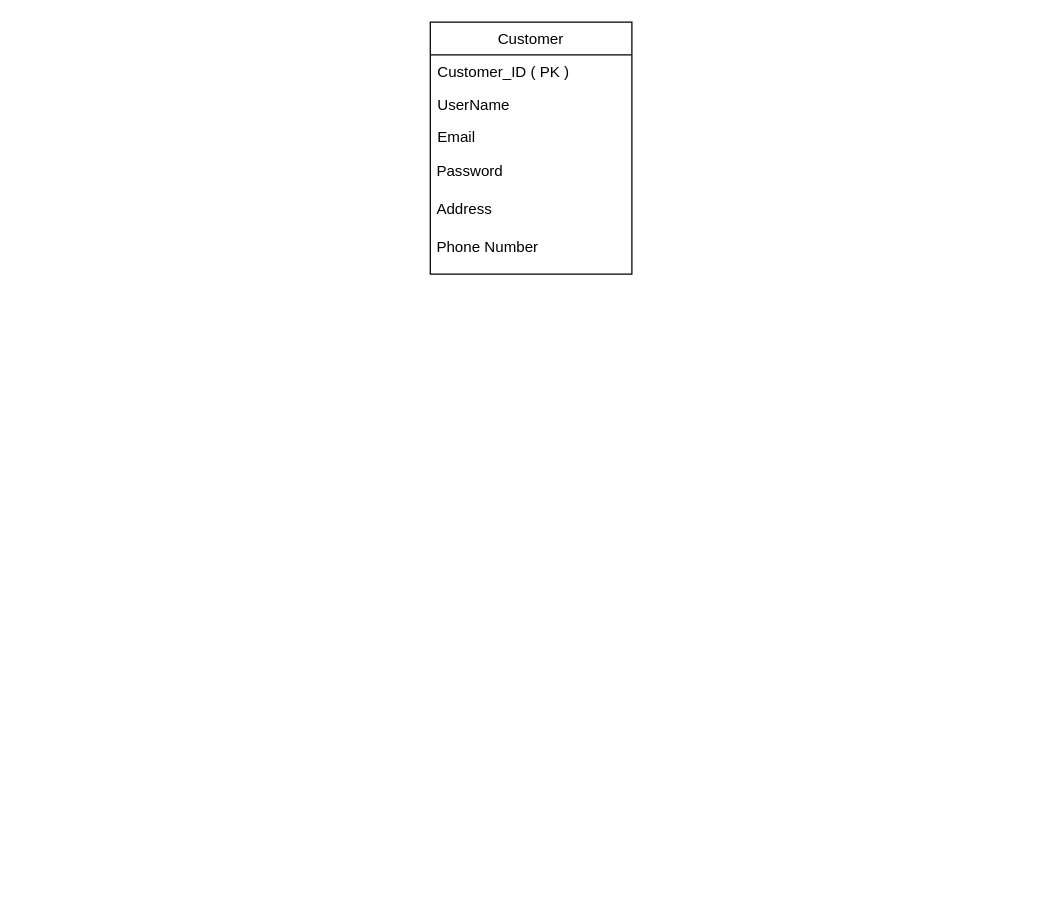
Earlier version of the draw.io diagram Untitled Diagram.drawio (GodzillaAllen/wladoingflutterthings). Source tidied: cells renumbered, new cells numbered last; positions are measured from the earlier drawing's top-left corner, leaving out a move shared by most shapes. Both pictures are drawn from the tidied source at 126%, with x=0, y=0 at pixel (430, 21).
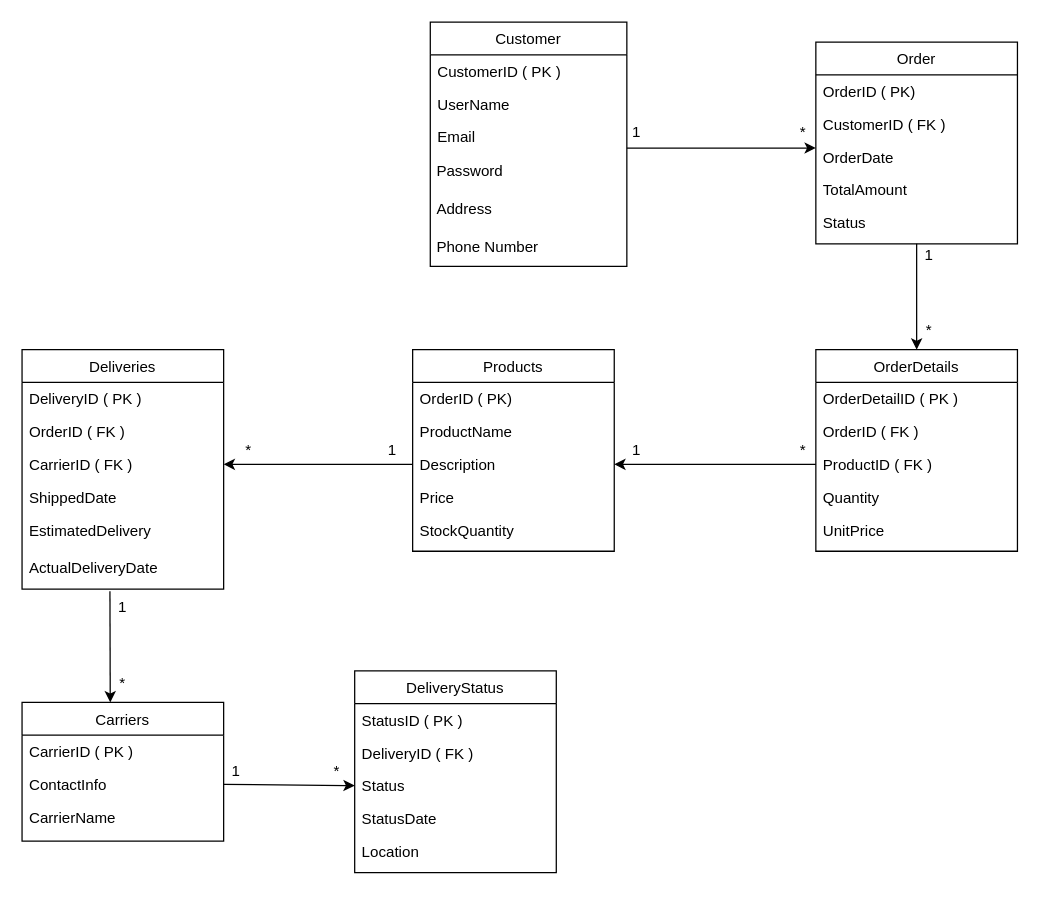
The same page after the edit.

Diff of the diagram source:
```diff
@@
     <mxCell id="2" value="Customer" style="swimlane;fontStyle=0;align=center;verticalAlign=top;horizontal=1;startSize=26;rounded=0;shadow=0;strokeWidth=1;" parent="1" vertex="1">
-      <mxGeometry width="160" height="200" as="geometry" />
+      <mxGeometry width="156" height="194" as="geometry" />
     </mxCell>
-    <mxCell id="3" value="Customer_ID ( PK )" style="text;align=left;verticalAlign=top;spacingLeft=4;spacingRight=4;overflow=hidden;rounded=0;shadow=0;html=0;" parent="2" vertex="1">
-      <mxGeometry y="26" width="160" height="26" as="geometry" />
+    <mxCell id="3" value="CustomerID ( PK )" style="text;align=left;verticalAlign=top;spacingLeft=4;spacingRight=4;overflow=hidden;rounded=0;shadow=0;html=0;" parent="2" vertex="1">
+      <mxGeometry y="26" width="156" height="26" as="geometry" />
     </mxCell>
     <mxCell id="4" value="UserName" style="text;align=left;verticalAlign=top;spacingLeft=4;spacingRight=4;overflow=hidden;rounded=0;shadow=0;html=0;" parent="2" vertex="1">
-      <mxGeometry y="52" width="160" height="26" as="geometry" />
+      <mxGeometry y="52" width="156" height="26" as="geometry" />
     </mxCell>
     <mxCell id="5" value="Email" style="text;align=left;verticalAlign=top;spacingLeft=4;spacingRight=4;overflow=hidden;rounded=0;shadow=0;html=0;" parent="2" vertex="1">
-      <mxGeometry y="78" width="160" height="26" as="geometry" />
+      <mxGeometry y="78" width="156" height="26" as="geometry" />
     </mxCell>
     <mxCell id="6" value="&amp;nbsp;Password" style="text;html=1;align=left;verticalAlign=middle;whiteSpace=wrap;rounded=0;fontFamily=Helvetica;fontSize=12;fontColor=default;fontStyle=0;" parent="2" vertex="1">
-      <mxGeometry y="104" width="160" height="30" as="geometry" />
+      <mxGeometry y="104" width="156" height="30" as="geometry" />
     </mxCell>
     <mxCell id="7" value="&amp;nbsp;Address" style="text;html=1;align=left;verticalAlign=middle;whiteSpace=wrap;rounded=0;" parent="2" vertex="1">
-      <mxGeometry y="134" width="160" height="30" as="geometry" />
+      <mxGeometry y="134" width="156" height="30" as="geometry" />
     </mxCell>
     <mxCell id="8" value="&amp;nbsp;Phone Number" style="text;html=1;align=left;verticalAlign=middle;whiteSpace=wrap;rounded=0;" parent="2" vertex="1">
-      <mxGeometry y="164" width="160" height="30" as="geometry" />
+      <mxGeometry y="164" width="156" height="30" as="geometry" />
     </mxCell>
+    <mxCell id="9" style="edgeStyle=orthogonalEdgeStyle;rounded=0;jettySize=auto;html=1;exitX=0.5;exitY=1;exitDx=0;exitDy=0;entryX=0.5;entryY=1;entryDx=0;entryDy=0;fontFamily=Helvetica;fontSize=12;fontColor=default;fontStyle=0;" parent="2" edge="1" source="2" target="8">
+      <mxGeometry relative="1" as="geometry" />
+    </mxCell>
+    <mxCell id="10" value="Order" style="swimlane;fontStyle=0;align=center;verticalAlign=top;horizontal=1;startSize=26;rounded=0;shadow=0;strokeWidth=1;" parent="1" vertex="1">
+      <mxGeometry x="306" y="16" width="160" height="160" as="geometry" />
+    </mxCell>
+    <mxCell id="11" value="OrderID ( PK)" style="text;align=left;verticalAlign=top;spacingLeft=4;spacingRight=4;overflow=hidden;rounded=0;shadow=0;html=0;" parent="10" vertex="1">
+      <mxGeometry y="26" width="160" height="26" as="geometry" />
+    </mxCell>
+    <mxCell id="12" value="CustomerID ( FK )" style="text;align=left;verticalAlign=top;spacingLeft=4;spacingRight=4;overflow=hidden;rounded=0;shadow=0;html=0;" parent="10" vertex="1">
+      <mxGeometry y="52" width="160" height="26" as="geometry" />
+    </mxCell>
+    <mxCell id="13" value="OrderDate" style="text;align=left;verticalAlign=top;spacingLeft=4;spacingRight=4;overflow=hidden;rounded=0;shadow=0;html=0;" parent="10" vertex="1">
+      <mxGeometry y="78" width="160" height="26" as="geometry" />
+    </mxCell>
+    <mxCell id="14" value="TotalAmount" style="text;align=left;verticalAlign=top;spacingLeft=4;spacingRight=4;overflow=hidden;rounded=0;shadow=0;html=0;" parent="10" vertex="1">
+      <mxGeometry y="104" width="160" height="26" as="geometry" />
+    </mxCell>
+    <mxCell id="15" value="Status" style="text;align=left;verticalAlign=top;spacingLeft=4;spacingRight=4;overflow=hidden;rounded=0;shadow=0;html=0;" parent="10" vertex="1">
+      <mxGeometry y="130" width="160" height="30" as="geometry" />
+    </mxCell>
+    <mxCell id="16" value="OrderDetails" style="swimlane;fontStyle=0;align=center;verticalAlign=top;horizontal=1;startSize=26;rounded=0;shadow=0;strokeWidth=1;" parent="1" vertex="1">
+      <mxGeometry x="306" y="260" width="160" height="160" as="geometry" />
+    </mxCell>
+    <mxCell id="17" value="OrderDetailID ( PK )" style="text;align=left;verticalAlign=top;spacingLeft=4;spacingRight=4;overflow=hidden;rounded=0;shadow=0;html=0;" parent="16" vertex="1">
+      <mxGeometry y="26" width="160" height="26" as="geometry" />
+    </mxCell>
+    <mxCell id="18" value="OrderID ( FK )" style="text;align=left;verticalAlign=top;spacingLeft=4;spacingRight=4;overflow=hidden;rounded=0;shadow=0;html=0;" parent="16" vertex="1">
+      <mxGeometry y="52" width="160" height="26" as="geometry" />
+    </mxCell>
+    <mxCell id="19" value="ProductID ( FK )" style="text;align=left;verticalAlign=top;spacingLeft=4;spacingRight=4;overflow=hidden;points=[[0,0.5],[1,0.5]];portConstraint=eastwest;rounded=0;shadow=0;html=0;" parent="16" vertex="1">
+      <mxGeometry y="78" width="160" height="26" as="geometry" />
+    </mxCell>
+    <mxCell id="20" value="Quantity" style="text;align=left;verticalAlign=top;spacingLeft=4;spacingRight=4;overflow=hidden;rounded=0;shadow=0;html=0;" parent="16" vertex="1">
+      <mxGeometry y="104" width="160" height="26" as="geometry" />
+    </mxCell>
+    <mxCell id="21" value="UnitPrice" style="text;align=left;verticalAlign=top;spacingLeft=4;spacingRight=4;overflow=hidden;rounded=0;shadow=0;html=0;" parent="16" vertex="1">
+      <mxGeometry y="130" width="160" height="30" as="geometry" />
+    </mxCell>
+    <mxCell id="22" value="Products" style="swimlane;fontStyle=0;align=center;verticalAlign=top;horizontal=1;startSize=26;rounded=0;shadow=0;strokeWidth=1;" parent="1" vertex="1">
+      <mxGeometry x="-14" y="260" width="160" height="160" as="geometry" />
+    </mxCell>
+    <mxCell id="23" value="OrderID ( PK)" style="text;align=left;verticalAlign=top;spacingLeft=4;spacingRight=4;overflow=hidden;rounded=0;shadow=0;html=0;" parent="22" vertex="1">
+      <mxGeometry y="26" width="160" height="26" as="geometry" />
+    </mxCell>
+    <mxCell id="24" value="ProductName" style="text;align=left;verticalAlign=top;spacingLeft=4;spacingRight=4;overflow=hidden;rounded=0;shadow=0;html=0;" parent="22" vertex="1">
+      <mxGeometry y="52" width="160" height="26" as="geometry" />
+    </mxCell>
+    <mxCell id="25" value="Description" style="text;align=left;verticalAlign=top;spacingLeft=4;spacingRight=4;overflow=hidden;points=[[0,0.5],[1,0.5]];portConstraint=eastwest;rounded=0;shadow=0;html=0;" parent="22" vertex="1">
+      <mxGeometry y="78" width="160" height="26" as="geometry" />
+    </mxCell>
+    <mxCell id="26" value="Price" style="text;align=left;verticalAlign=top;spacingLeft=4;spacingRight=4;overflow=hidden;rounded=0;shadow=0;html=0;" parent="22" vertex="1">
+      <mxGeometry y="104" width="160" height="26" as="geometry" />
+    </mxCell>
+    <mxCell id="27" value="StockQuantity" style="text;align=left;verticalAlign=top;spacingLeft=4;spacingRight=4;overflow=hidden;rounded=0;shadow=0;html=0;" parent="22" vertex="1">
+      <mxGeometry y="130" width="160" height="30" as="geometry" />
+    </mxCell>
+    <mxCell id="28" value="Deliveries" style="swimlane;fontStyle=0;align=center;verticalAlign=top;horizontal=1;startSize=26;rounded=0;shadow=0;strokeWidth=1;" parent="1" vertex="1">
+      <mxGeometry x="-324" y="260" width="160" height="190" as="geometry" />
+    </mxCell>
+    <mxCell id="29" value="DeliveryID ( PK )" style="text;align=left;verticalAlign=top;spacingLeft=4;spacingRight=4;overflow=hidden;rounded=0;shadow=0;html=0;" parent="28" vertex="1">
+      <mxGeometry y="26" width="160" height="26" as="geometry" />
+    </mxCell>
+    <mxCell id="30" value="OrderID ( FK )" style="text;align=left;verticalAlign=top;spacingLeft=4;spacingRight=4;overflow=hidden;rounded=0;shadow=0;html=0;" parent="28" vertex="1">
+      <mxGeometry y="52" width="160" height="26" as="geometry" />
+    </mxCell>
+    <mxCell id="31" value="CarrierID ( FK )" style="text;align=left;verticalAlign=top;spacingLeft=4;spacingRight=4;overflow=hidden;points=[[0,0.5],[1,0.5]];portConstraint=eastwest;rounded=0;shadow=0;html=0;" parent="28" vertex="1">
+      <mxGeometry y="78" width="160" height="26" as="geometry" />
+    </mxCell>
+    <mxCell id="32" value="ShippedDate" style="text;align=left;verticalAlign=top;spacingLeft=4;spacingRight=4;overflow=hidden;rounded=0;shadow=0;html=0;" parent="28" vertex="1">
+      <mxGeometry y="104" width="160" height="26" as="geometry" />
+    </mxCell>
+    <mxCell id="33" value="EstimatedDelivery" style="text;align=left;verticalAlign=top;spacingLeft=4;spacingRight=4;overflow=hidden;rounded=0;shadow=0;html=0;" parent="28" vertex="1">
+      <mxGeometry y="130" width="160" height="30" as="geometry" />
+    </mxCell>
+    <mxCell id="34" value="ActualDeliveryDate" style="text;align=left;verticalAlign=top;spacingLeft=4;spacingRight=4;overflow=hidden;points=[[0,0.5],[1,0.5]];portConstraint=eastwest;rounded=0;shadow=0;html=0;" parent="1" vertex="1">
+      <mxGeometry x="-324" y="420" width="160" height="30" as="geometry" />
+    </mxCell>
+    <mxCell id="35" value="Carriers" style="swimlane;fontStyle=0;align=center;verticalAlign=top;horizontal=1;startSize=26;rounded=0;shadow=0;strokeWidth=1;" parent="1" vertex="1">
+      <mxGeometry x="-324" y="540" width="160" height="110" as="geometry" />
+    </mxCell>
+    <mxCell id="36" value="CarrierID ( PK )" style="text;align=left;verticalAlign=top;spacingLeft=4;spacingRight=4;overflow=hidden;rounded=0;shadow=0;html=0;" parent="35" vertex="1">
+      <mxGeometry y="26" width="160" height="26" as="geometry" />
+    </mxCell>
+    <mxCell id="37" value="ContactInfo" style="text;align=left;verticalAlign=top;spacingLeft=4;spacingRight=4;overflow=hidden;points=[[0,0.5],[1,0.5]];portConstraint=eastwest;rounded=0;shadow=0;html=0;" parent="35" vertex="1">
+      <mxGeometry y="52" width="160" height="26" as="geometry" />
+    </mxCell>
+    <mxCell id="38" value="CarrierName" style="text;align=left;verticalAlign=top;spacingLeft=4;spacingRight=4;overflow=hidden;rounded=0;shadow=0;html=0;" parent="35" vertex="1">
+      <mxGeometry y="78" width="160" height="26" as="geometry" />
+    </mxCell>
+    <mxCell id="39" value="DeliveryStatus" style="swimlane;fontStyle=0;align=center;verticalAlign=top;horizontal=1;startSize=26;rounded=0;shadow=0;strokeWidth=1;" parent="1" vertex="1">
+      <mxGeometry x="-60" y="515" width="160" height="160" as="geometry" />
+    </mxCell>
+    <mxCell id="40" value="StatusID ( PK )" style="text;align=left;verticalAlign=top;spacingLeft=4;spacingRight=4;overflow=hidden;rounded=0;shadow=0;html=0;" parent="39" vertex="1">
+      <mxGeometry y="26" width="160" height="26" as="geometry" />
+    </mxCell>
+    <mxCell id="41" value="DeliveryID ( FK )" style="text;align=left;verticalAlign=top;spacingLeft=4;spacingRight=4;overflow=hidden;rounded=0;shadow=0;html=0;" parent="39" vertex="1">
+      <mxGeometry y="52" width="160" height="26" as="geometry" />
+    </mxCell>
+    <mxCell id="42" value="Status" style="text;align=left;verticalAlign=top;spacingLeft=4;spacingRight=4;overflow=hidden;points=[[0,0.5],[1,0.5]];portConstraint=eastwest;rounded=0;shadow=0;html=0;" parent="39" vertex="1">
+      <mxGeometry y="78" width="160" height="26" as="geometry" />
+    </mxCell>
+    <mxCell id="43" value="StatusDate" style="text;align=left;verticalAlign=top;spacingLeft=4;spacingRight=4;overflow=hidden;rounded=0;shadow=0;html=0;" parent="39" vertex="1">
+      <mxGeometry y="104" width="160" height="26" as="geometry" />
+    </mxCell>
+    <mxCell id="44" value="Location" style="text;align=left;verticalAlign=top;spacingLeft=4;spacingRight=4;overflow=hidden;rounded=0;shadow=0;html=0;" parent="39" vertex="1">
+      <mxGeometry y="130" width="160" height="30" as="geometry" />
+    </mxCell>
+    <mxCell id="45" style="endArrow=classic;html=1;rounded=0;fontFamily=Helvetica;fontSize=12;fontColor=default;fontStyle=0;" parent="1" edge="1">
+      <mxGeometry relative="1" as="geometry">
+        <mxPoint x="156" y="100" as="sourcePoint" />
+        <mxPoint x="306" y="100" as="targetPoint" />
+      </mxGeometry>
+    </mxCell>
+    <mxCell id="46" value="1" style="text;html=1;align=center;verticalAlign=middle;whiteSpace=wrap;rounded=0;fontFamily=Helvetica;fontSize=12;fontColor=default;fontStyle=0;" parent="1" vertex="1">
+      <mxGeometry x="134" y="73" width="60" height="30" as="geometry" />
+    </mxCell>
+    <mxCell id="47" value="*" style="text;html=1;align=center;verticalAlign=middle;whiteSpace=wrap;rounded=0;fontFamily=Helvetica;fontSize=12;fontColor=default;fontStyle=0;" parent="1" vertex="1">
+      <mxGeometry x="266" y="73" width="60" height="30" as="geometry" />
+    </mxCell>
+    <mxCell id="48" style="endArrow=classic;html=1;rounded=0;fontFamily=Helvetica;fontSize=12;fontColor=default;fontStyle=0;entryX=0.5;entryY=0;entryDx=0;entryDy=0;exitX=0.5;exitY=1;exitDx=0;exitDy=0;" parent="1" edge="1" source="10" target="16">
+      <mxGeometry relative="1" as="geometry" />
+    </mxCell>
+    <mxCell id="49" value="1" style="text;html=1;align=center;verticalAlign=middle;whiteSpace=wrap;rounded=0;fontFamily=Helvetica;fontSize=12;fontColor=default;fontStyle=0;" parent="1" vertex="1">
+      <mxGeometry x="366" y="170" width="60" height="30" as="geometry" />
+    </mxCell>
+    <mxCell id="50" value="*" style="text;html=1;align=center;verticalAlign=middle;whiteSpace=wrap;rounded=0;fontFamily=Helvetica;fontSize=12;fontColor=default;fontStyle=0;" parent="1" vertex="1">
+      <mxGeometry x="366" y="230" width="60" height="30" as="geometry" />
+    </mxCell>
+    <mxCell id="51" style="endArrow=classic;html=1;rounded=0;fontFamily=Helvetica;fontSize=12;fontColor=default;fontStyle=0;entryX=1;entryY=0.5;entryDx=0;entryDy=0;exitX=0;exitY=0.5;exitDx=0;exitDy=0;" parent="1" edge="1" source="19" target="25">
+      <mxGeometry relative="1" as="geometry" />
+    </mxCell>
+    <mxCell id="52" value="1" style="text;html=1;align=center;verticalAlign=middle;whiteSpace=wrap;rounded=0;fontFamily=Helvetica;fontSize=12;fontColor=default;fontStyle=0;" parent="1" vertex="1">
+      <mxGeometry x="134" y="325" width="60" height="30" as="geometry" />
+    </mxCell>
+    <mxCell id="53" value="*" style="text;html=1;align=center;verticalAlign=middle;whiteSpace=wrap;rounded=0;fontFamily=Helvetica;fontSize=12;fontColor=default;fontStyle=0;" parent="1" vertex="1">
+      <mxGeometry x="266" y="325" width="60" height="30" as="geometry" />
+    </mxCell>
+    <mxCell id="54" style="endArrow=classic;html=1;rounded=0;fontFamily=Helvetica;fontSize=12;fontColor=default;fontStyle=0;entryX=1;entryY=0.5;entryDx=0;entryDy=0;exitX=0;exitY=0.5;exitDx=0;exitDy=0;" parent="1" edge="1" source="25" target="31">
+      <mxGeometry relative="1" as="geometry" />
+    </mxCell>
+    <mxCell id="55" value="1" style="text;html=1;align=center;verticalAlign=middle;whiteSpace=wrap;rounded=0;fontFamily=Helvetica;fontSize=12;fontColor=default;fontStyle=0;" parent="1" vertex="1">
+      <mxGeometry x="-60" y="325" width="60" height="30" as="geometry" />
+    </mxCell>
+    <mxCell id="56" value="*" style="text;html=1;align=center;verticalAlign=middle;whiteSpace=wrap;rounded=0;fontFamily=Helvetica;fontSize=12;fontColor=default;fontStyle=0;" parent="1" vertex="1">
+      <mxGeometry x="-174" y="325" width="60" height="30" as="geometry" />
+    </mxCell>
+    <mxCell id="57" style="endArrow=classic;html=1;rounded=0;fontFamily=Helvetica;fontSize=12;fontColor=default;fontStyle=0;exitX=0.436;exitY=1.056;exitDx=0;exitDy=0;exitPerimeter=0;" parent="1" edge="1" source="34">
+      <mxGeometry relative="1" as="geometry">
+        <mxPoint x="-254" y="540" as="targetPoint" />
+      </mxGeometry>
+    </mxCell>
+    <mxCell id="58" value="1" style="text;html=1;align=center;verticalAlign=middle;whiteSpace=wrap;rounded=0;fontFamily=Helvetica;fontSize=12;fontColor=default;fontStyle=0;" parent="1" vertex="1">
+      <mxGeometry x="-274" y="450" width="60" height="30" as="geometry" />
+    </mxCell>
+    <mxCell id="59" value="*" style="text;html=1;align=center;verticalAlign=middle;whiteSpace=wrap;rounded=0;fontFamily=Helvetica;fontSize=12;fontColor=default;fontStyle=0;" parent="1" vertex="1">
+      <mxGeometry x="-274" y="510" width="60" height="30" as="geometry" />
+    </mxCell>
+    <mxCell id="60" style="endArrow=classic;html=1;rounded=0;fontFamily=Helvetica;fontSize=12;fontColor=default;fontStyle=0;exitX=1;exitY=0.5;exitDx=0;exitDy=0;entryX=0;entryY=0.5;entryDx=0;entryDy=0;" parent="1" edge="1" source="37" target="42">
+      <mxGeometry relative="1" as="geometry" />
+    </mxCell>
+    <mxCell id="61" value="1" style="text;html=1;align=center;verticalAlign=middle;whiteSpace=wrap;rounded=0;fontFamily=Helvetica;fontSize=12;fontColor=default;fontStyle=0;" parent="1" vertex="1">
+      <mxGeometry x="-184" y="580" width="60" height="30" as="geometry" />
+    </mxCell>
+    <mxCell id="62" value="*" style="text;html=1;align=center;verticalAlign=middle;whiteSpace=wrap;rounded=0;fontFamily=Helvetica;fontSize=12;fontColor=default;fontStyle=0;" parent="1" vertex="1">
+      <mxGeometry x="-104" y="580" width="60" height="30" as="geometry" />
+    </mxCell>
```
